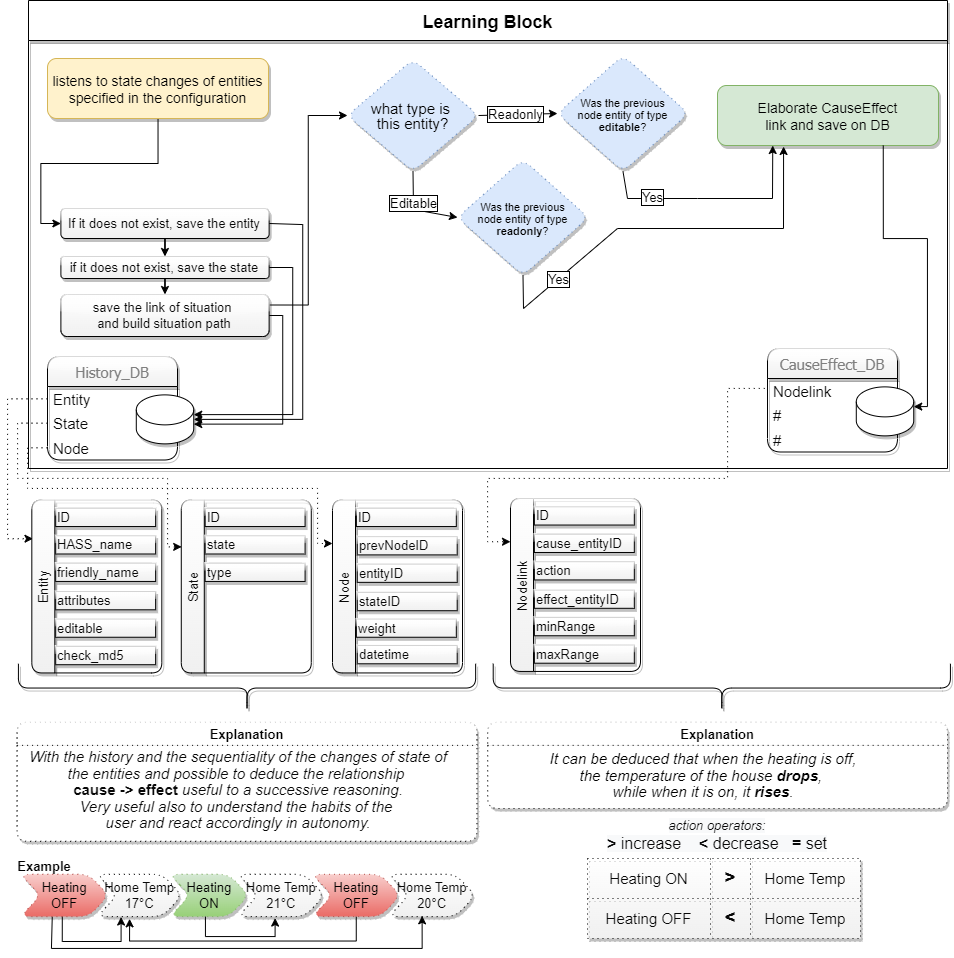
This is images/MyHomeSmart-concept-learningBlock_v2.drawio.png from dadaloop82/MyHomeSmart-HASS-AppDeamon, a draw.io export, as it was before one commit. Source tidied: cells renumbered, new cells last; positions are measured from the earlier drawing's top-left corner, leaving out a move shared by most shapes.
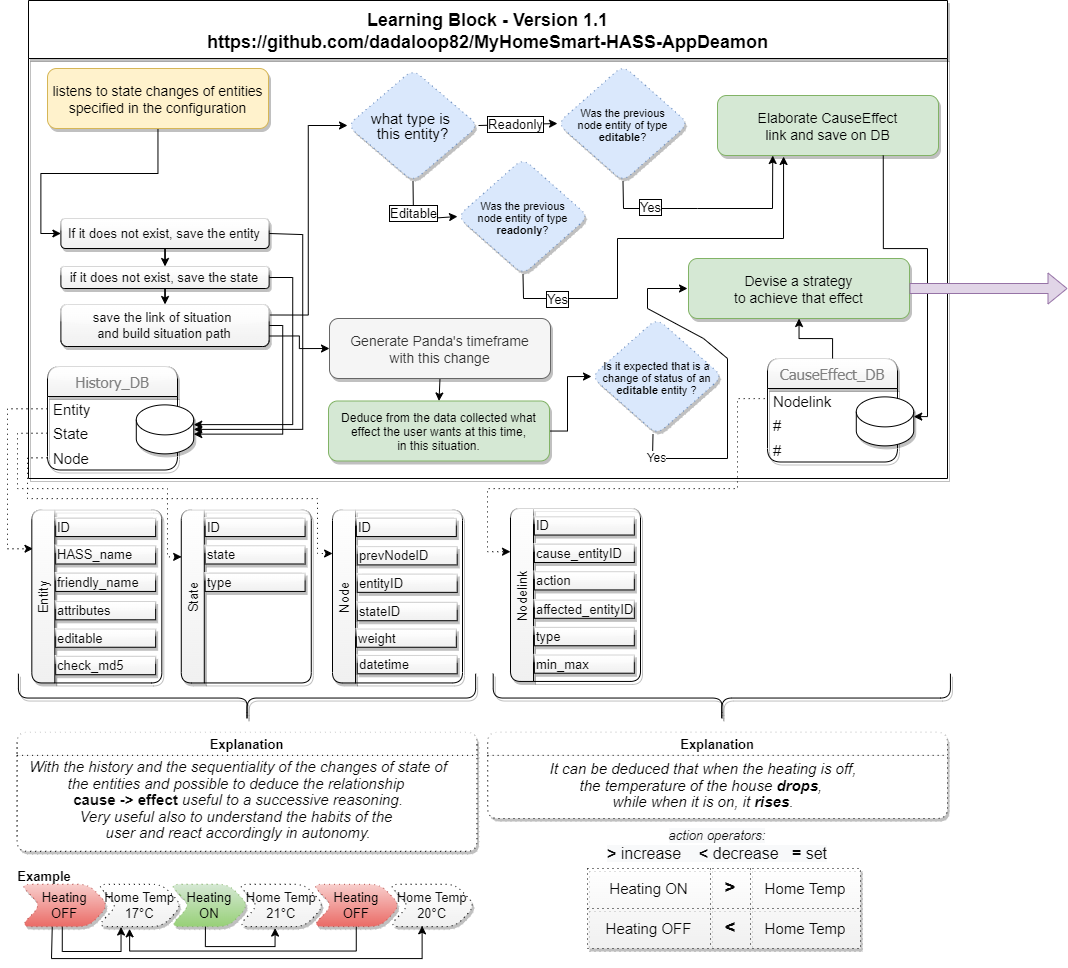
After the commit.

Diff of the diagram source:
```diff
@@ -2,17 +2,17 @@
   <root>
     <mxCell id="0" />
     <mxCell id="1" parent="0" />
-    <mxCell id="2" value="Learning Block" style="swimlane;shadow=1;fontSize=18;gradientColor=none;labelBackgroundColor=none;startSize=40;" parent="1" vertex="1">
-      <mxGeometry x="21" width="919" height="468" as="geometry" />
+    <mxCell id="2" value="Learning Block - Version 1.1&#10;https://github.com/dadaloop82/MyHomeSmart-HASS-AppDeamon" style="swimlane;shadow=1;fontSize=18;gradientColor=none;labelBackgroundColor=none;startSize=58;" parent="1" vertex="1">
+      <mxGeometry x="21" y="-10" width="919" height="478" as="geometry" />
     </mxCell>
     <mxCell id="3" style="edgeStyle=orthogonalEdgeStyle;rounded=0;jettySize=auto;html=1;entryX=0;entryY=0.5;entryDx=0;entryDy=0;fontFamily=Helvetica;fontSize=13;fontColor=#080808;" parent="2" edge="1" source="4" target="13">
       <mxGeometry relative="1" as="geometry" />
     </mxCell>
     <mxCell id="4" value="listens to state changes of entities &#10;specified in the configuration" style="rounded=1;fillColor=#fff2cc;strokeColor=#d6b656;shadow=1;fontStyle=0;fontSize=14;" parent="2" vertex="1">
-      <mxGeometry x="19" y="58" width="221" height="60" as="geometry" />
+      <mxGeometry x="19" y="68" width="221" height="60" as="geometry" />
     </mxCell>
     <mxCell id="5" style="group;fillColor=default;" parent="2" vertex="1">
-      <mxGeometry x="19" y="356" width="146.2" height="103.5" as="geometry" />
+      <mxGeometry x="19" y="366" width="146.2" height="103.5" as="geometry" />
     </mxCell>
     <mxCell id="6" value="History_DB" style="swimlane;fontStyle=0;horizontal=1;startSize=30;rounded=1;shadow=1;glass=1;labelBackgroundColor=none;sketch=0;fontFamily=Tahoma;fontSize=15;fontColor=#808080;gradientColor=#F0F0F0;" parent="5" vertex="1">
       <mxGeometry width="130" height="103.5" as="geometry" />
@@ -32,9 +32,9 @@
     <mxCell id="11" style="edgeStyle=orthogonalEdgeStyle;rounded=0;jettySize=auto;html=1;entryX=1;entryY=0.5;entryDx=0;entryDy=0;entryPerimeter=0;fontFamily=Helvetica;fontSize=13;fontColor=#080808;exitX=1;exitY=0.5;exitDx=0;exitDy=0;" parent="2" edge="1" source="13" target="10">
       <mxGeometry relative="1" as="geometry">
         <Array as="points">
-          <mxPoint x="240.2" y="224" />
-          <mxPoint x="274.2" y="224" />
-          <mxPoint x="274.2" y="419" />
+          <mxPoint x="240.2" y="234" />
+          <mxPoint x="274.2" y="234" />
+          <mxPoint x="274.2" y="429" />
         </Array>
       </mxGeometry>
     </mxCell>
@@ -42,13 +42,13 @@
       <mxGeometry relative="1" as="geometry" />
     </mxCell>
     <mxCell id="13" value="&lt;p style=&quot;line-height: 0.6&quot;&gt;&lt;font style=&quot;line-height: 0.6&quot;&gt;&lt;span style=&quot;font-size: 13px&quot;&gt;If it does not exist, save the entity&lt;/span&gt;&lt;/font&gt;&lt;br&gt;&lt;/p&gt;" style="rounded=1;whiteSpace=wrap;html=1;shadow=1;glass=1;labelBackgroundColor=none;sketch=0;fontFamily=Helvetica;fontSize=17;fontColor=#080808;fillColor=default;gradientColor=#F0F0F0;" parent="2" vertex="1">
-      <mxGeometry x="32.4" y="208" width="208.2" height="30" as="geometry" />
+      <mxGeometry x="32.4" y="218" width="208.2" height="30" as="geometry" />
     </mxCell>
     <mxCell id="14" style="edgeStyle=orthogonalEdgeStyle;rounded=0;jettySize=auto;html=1;entryX=1;entryY=0;entryDx=0;entryDy=19.75;entryPerimeter=0;fontFamily=Helvetica;fontSize=13;fontColor=#080808;exitX=1;exitY=0.5;exitDx=0;exitDy=0;" parent="2" edge="1" source="16" target="10">
       <mxGeometry relative="1" as="geometry">
         <Array as="points">
-          <mxPoint x="264.2" y="267" />
-          <mxPoint x="264.2" y="414" />
+          <mxPoint x="264.2" y="277" />
+          <mxPoint x="264.2" y="424" />
         </Array>
       </mxGeometry>
     </mxCell>
@@ -56,24 +56,27 @@
       <mxGeometry relative="1" as="geometry" />
     </mxCell>
     <mxCell id="16" value="&lt;font style=&quot;font-size: 13px&quot;&gt;if it does not exist, save the state&lt;/font&gt;" style="rounded=1;whiteSpace=wrap;html=1;shadow=1;glass=1;labelBackgroundColor=none;sketch=0;fontFamily=Helvetica;fontSize=17;fontColor=#080808;fillColor=default;gradientColor=#F0F0F0;" parent="2" vertex="1">
-      <mxGeometry x="32.4" y="256" width="208.2" height="22" as="geometry" />
+      <mxGeometry x="32.4" y="266" width="208.2" height="22" as="geometry" />
     </mxCell>
     <mxCell id="17" style="edgeStyle=orthogonalEdgeStyle;rounded=0;jettySize=auto;html=1;entryX=1;entryY=0;entryDx=0;entryDy=29.25;entryPerimeter=0;fontFamily=Helvetica;fontSize=8;fontColor=#080808;exitX=1;exitY=0.5;exitDx=0;exitDy=0;" parent="2" edge="1" source="19" target="10">
       <mxGeometry relative="1" as="geometry">
         <Array as="points">
-          <mxPoint x="254.2" y="315" />
-          <mxPoint x="254.2" y="424" />
+          <mxPoint x="254.2" y="325" />
+          <mxPoint x="254.2" y="434" />
         </Array>
       </mxGeometry>
     </mxCell>
     <mxCell id="18" style="edgeStyle=orthogonalEdgeStyle;rounded=0;jettySize=auto;html=1;exitX=1;exitY=0.25;exitDx=0;exitDy=0;entryX=0;entryY=0.5;entryDx=0;entryDy=0;fontFamily=Helvetica;fontSize=15;fontColor=#080808;" parent="2" edge="1" source="19" target="26">
       <mxGeometry relative="1" as="geometry" />
     </mxCell>
+    <mxCell id="95" style="edgeStyle=orthogonalEdgeStyle;rounded=0;jettySize=auto;html=1;exitX=1;exitY=0.75;exitDx=0;exitDy=0;entryX=0;entryY=0.5;entryDx=0;entryDy=0;fontSize=13;" parent="2" edge="1" source="19" target="97">
+      <mxGeometry relative="1" as="geometry" />
+    </mxCell>
     <mxCell id="19" value="&lt;p style=&quot;line-height: 0.6&quot;&gt;&lt;span style=&quot;font-size: 13px ; line-height: 1.2&quot;&gt;save the link of situation &lt;br&gt;and build situation path&lt;/span&gt;&lt;span style=&quot;font-size: 13px&quot;&gt;&lt;br&gt;&lt;/span&gt;&lt;/p&gt;" style="rounded=1;whiteSpace=wrap;html=1;shadow=1;glass=1;labelBackgroundColor=none;sketch=0;fontFamily=Helvetica;fontSize=17;fontColor=#080808;fillColor=default;gradientColor=#F0F0F0;" parent="2" vertex="1">
-      <mxGeometry x="32.4" y="294" width="208.2" height="42" as="geometry" />
+      <mxGeometry x="32.4" y="304" width="208.2" height="42" as="geometry" />
     </mxCell>
     <mxCell id="20" style="group;fillColor=default;" parent="2" vertex="1">
-      <mxGeometry x="739" y="348" width="146.2" height="103.5" as="geometry" />
+      <mxGeometry x="739" y="358" width="146.2" height="103.5" as="geometry" />
     </mxCell>
     <mxCell id="21" value="CauseEffect_DB" style="swimlane;fontStyle=0;horizontal=1;startSize=30;rounded=1;shadow=1;glass=1;labelBackgroundColor=none;sketch=0;fontFamily=Tahoma;fontSize=15;fontColor=#808080;gradientColor=#F0F0F0;" parent="20" vertex="1">
       <mxGeometry width="130" height="103.5" as="geometry" />
@@ -91,10 +94,10 @@
       <mxGeometry x="88.8" y="38.4" width="57.4" height="49" as="geometry" />
     </mxCell>
     <mxCell id="26" value="&lt;p style=&quot;line-height: 1&quot;&gt;what type is &lt;br&gt;this entity?&lt;/p&gt;" style="rhombus;whiteSpace=wrap;html=1;rounded=1;shadow=1;glass=1;dashed=1;dashPattern=1 4;labelBackgroundColor=none;sketch=0;fontFamily=Helvetica;fontSize=15;fillColor=#dae8fc;strokeColor=#6c8ebf;" parent="2" vertex="1">
-      <mxGeometry x="319" y="59" width="131" height="112" as="geometry" />
+      <mxGeometry x="319" y="69" width="131" height="112" as="geometry" />
     </mxCell>
     <mxCell id="27" value="&lt;p style=&quot;line-height: 0.8&quot;&gt;&lt;font style=&quot;font-size: 11px ; line-height: 0.8&quot;&gt;Was the previous&lt;br&gt; &lt;/font&gt;&lt;font style=&quot;font-size: 11px ; line-height: 0.8&quot;&gt;node entity of type&lt;br&gt; &lt;/font&gt;&lt;font style=&quot;font-size: 11px ; line-height: 0.8&quot;&gt;&lt;b&gt;editable&lt;/b&gt;?&lt;/font&gt;&lt;/p&gt;" style="rhombus;whiteSpace=wrap;html=1;rounded=1;shadow=1;glass=1;dashed=1;dashPattern=1 4;labelBackgroundColor=none;sketch=0;fontFamily=Helvetica;fontSize=15;fillColor=#dae8fc;strokeColor=#6c8ebf;" parent="2" vertex="1">
-      <mxGeometry x="529" y="55" width="131" height="116" as="geometry" />
+      <mxGeometry x="529" y="65" width="131" height="116" as="geometry" />
     </mxCell>
     <mxCell id="28" style="endArrow=classic;html=1;rounded=0;exitX=1;exitY=0.5;exitDx=0;exitDy=0;entryX=0;entryY=0.5;entryDx=0;entryDy=0;" parent="2" edge="1" source="26" target="27">
       <mxGeometry relative="1" as="geometry" />
@@ -105,12 +108,12 @@
       </mxGeometry>
     </mxCell>
     <mxCell id="30" value="&lt;p style=&quot;line-height: 0.8&quot;&gt;&lt;font style=&quot;font-size: 11px ; line-height: 0.8&quot;&gt;Was the previous&lt;br&gt; &lt;/font&gt;&lt;font style=&quot;font-size: 11px ; line-height: 0.8&quot;&gt;node entity of type&lt;br&gt; &lt;/font&gt;&lt;font style=&quot;font-size: 11px ; line-height: 0.8&quot;&gt;&lt;b&gt;readonly&lt;/b&gt;?&lt;/font&gt;&lt;/p&gt;" style="rhombus;whiteSpace=wrap;html=1;rounded=1;shadow=1;glass=1;dashed=1;dashPattern=1 4;labelBackgroundColor=none;sketch=0;fontFamily=Helvetica;fontSize=15;fillColor=#dae8fc;strokeColor=#6c8ebf;" parent="2" vertex="1">
-      <mxGeometry x="429" y="159" width="131" height="116" as="geometry" />
+      <mxGeometry x="429" y="158" width="131" height="116" as="geometry" />
     </mxCell>
     <mxCell id="31" style="endArrow=classic;html=1;rounded=0;exitX=0.5;exitY=1;exitDx=0;exitDy=0;entryX=0;entryY=0.5;entryDx=0;entryDy=0;" parent="2" edge="1" source="26" target="30">
       <mxGeometry relative="1" as="geometry">
         <Array as="points">
-          <mxPoint x="385" y="209" />
+          <mxPoint x="385" y="219" />
         </Array>
       </mxGeometry>
     </mxCell>
@@ -122,9 +125,9 @@
     <mxCell id="33" style="endArrow=classic;html=1;rounded=0;exitX=0.5;exitY=1;exitDx=0;exitDy=0;entryX=0.25;entryY=1;entryDx=0;entryDy=0;" parent="2" edge="1" source="27" target="35">
       <mxGeometry relative="1" as="geometry">
         <Array as="points">
-          <mxPoint x="599" y="198" />
-          <mxPoint x="669" y="198" />
-          <mxPoint x="744" y="198" />
+          <mxPoint x="595" y="208" />
+          <mxPoint x="669" y="208" />
+          <mxPoint x="744" y="208" />
         </Array>
       </mxGeometry>
     </mxCell>
@@ -134,31 +137,58 @@
       </mxGeometry>
     </mxCell>
     <mxCell id="35" value="Elaborate CauseEffect &#10;link and save on DB" style="rounded=1;fillColor=#d5e8d4;strokeColor=#82b366;shadow=1;fontStyle=0;fontSize=14;" parent="2" vertex="1">
-      <mxGeometry x="689" y="85" width="221" height="60" as="geometry" />
+      <mxGeometry x="689" y="95" width="221" height="60" as="geometry" />
     </mxCell>
     <mxCell id="36" style="endArrow=classic;html=1;rounded=0;exitX=0.5;exitY=1;exitDx=0;exitDy=0;entryX=0.299;entryY=1.017;entryDx=0;entryDy=0;entryPerimeter=0;" parent="2" edge="1" source="30" target="35">
       <mxGeometry relative="1" as="geometry">
         <Array as="points">
-          <mxPoint x="495" y="308" />
-          <mxPoint x="589" y="228" />
-          <mxPoint x="755" y="228" />
+          <mxPoint x="495" y="298" />
+          <mxPoint x="589" y="298" />
+          <mxPoint x="589" y="238" />
+          <mxPoint x="755" y="238" />
         </Array>
       </mxGeometry>
     </mxCell>
     <mxCell id="37" value="&lt;font style=&quot;font-size: 13px&quot;&gt;Yes&lt;/font&gt;" style="edgeLabel;html=1;align=center;verticalAlign=middle;labelBorderColor=default;" parent="36" vertex="1">
       <mxGeometry relative="1" as="geometry">
-        <mxPoint x="-106" y="50" as="offset" />
+        <mxPoint x="-95" y="60" as="offset" />
       </mxGeometry>
     </mxCell>
     <mxCell id="38" style="edgeStyle=orthogonalEdgeStyle;rounded=0;jettySize=auto;html=1;entryX=1;entryY=0;entryDx=0;entryDy=19.75;entryPerimeter=0;fontFamily=Helvetica;fontSize=13;fontColor=#080808;exitX=0.75;exitY=1;exitDx=0;exitDy=0;" parent="2" edge="1" source="35" target="25">
       <mxGeometry relative="1" as="geometry">
         <Array as="points">
-          <mxPoint x="855" y="238" />
-          <mxPoint x="899" y="238" />
-          <mxPoint x="899" y="406" />
+          <mxPoint x="855" y="248" />
+          <mxPoint x="899" y="248" />
+          <mxPoint x="899" y="416" />
         </Array>
       </mxGeometry>
     </mxCell>
+    <mxCell id="96" style="edgeStyle=orthogonalEdgeStyle;rounded=0;jettySize=auto;html=1;exitX=0.5;exitY=1;exitDx=0;exitDy=0;entryX=0.5;entryY=0;entryDx=0;entryDy=0;fontSize=13;" parent="2" edge="1" source="97" target="99">
+      <mxGeometry relative="1" as="geometry" />
+    </mxCell>
+    <mxCell id="97" value="Generate Panda's timeframe &#10;with this change" style="rounded=1;fillColor=#f5f5f5;strokeColor=#666666;shadow=1;fontStyle=0;fontSize=14;fontColor=#333333;" parent="2" vertex="1">
+      <mxGeometry x="301" y="318" width="221" height="60" as="geometry" />
+    </mxCell>
+    <mxCell id="98" style="edgeStyle=orthogonalEdgeStyle;rounded=0;jettySize=auto;html=1;entryX=0;entryY=0.5;entryDx=0;entryDy=0;fontSize=12;" parent="2" edge="1" source="99" target="100">
+      <mxGeometry relative="1" as="geometry">
+        <Array as="points">
+          <mxPoint x="539" y="431" />
+          <mxPoint x="539" y="376" />
+        </Array>
+      </mxGeometry>
+    </mxCell>
+    <mxCell id="99" value="Deduce from the data collected what &#10;effect the user wants at this time, &#10;in this situation." style="rounded=1;fillColor=#d5e8d4;strokeColor=#82b366;shadow=1;fontStyle=0;fontSize=12;" parent="2" vertex="1">
+      <mxGeometry x="300" y="400.5" width="221" height="60" as="geometry" />
+    </mxCell>
+    <mxCell id="100" value="&lt;p style=&quot;line-height: 0.8&quot;&gt;&lt;span style=&quot;font-size: 11px&quot;&gt;Is it expected that is a change of status of an &lt;b&gt;editable &lt;/b&gt;entity ?&lt;/span&gt;&lt;br&gt;&lt;/p&gt;" style="rhombus;whiteSpace=wrap;html=1;rounded=1;shadow=1;glass=1;dashed=1;dashPattern=1 4;labelBackgroundColor=none;sketch=0;fontFamily=Helvetica;fontSize=15;fillColor=#dae8fc;strokeColor=#6c8ebf;" parent="2" vertex="1">
+      <mxGeometry x="563" y="318" width="131" height="116" as="geometry" />
+    </mxCell>
+    <mxCell id="101" value="Devise a strategy &#10;to achieve that effect" style="rounded=1;fillColor=#d5e8d4;strokeColor=#82b366;shadow=1;fontStyle=0;fontSize=14;" parent="2" vertex="1">
+      <mxGeometry x="660" y="258" width="221" height="60" as="geometry" />
+    </mxCell>
+    <mxCell id="102" style="edgeStyle=orthogonalEdgeStyle;rounded=0;jettySize=auto;html=1;fontSize=12;" parent="2" edge="1" source="21" target="101">
+      <mxGeometry relative="1" as="geometry" />
+    </mxCell>
     <mxCell id="39" style="edgeStyle=orthogonalEdgeStyle;rounded=0;jettySize=auto;html=1;fontFamily=Helvetica;fontSize=13;fontColor=#080808;dashed=1;dashPattern=1 4;entryX=0.009;entryY=0.224;entryDx=0;entryDy=0;entryPerimeter=0;" parent="1" edge="1" source="7" target="50">
       <mxGeometry relative="1" as="geometry">
         <Array as="points">
@@ -200,21 +230,21 @@
     <mxCell id="45" value="action" style="rounded=0;whiteSpace=wrap;html=1;shadow=1;glass=1;labelBackgroundColor=none;sketch=0;fontFamily=Helvetica;fontSize=13;fontColor=#080808;fillColor=default;gradientColor=#F0F0F0;align=left;" parent="42" vertex="1">
       <mxGeometry x="23.9" y="63.1" width="99.9" height="18.3" as="geometry" />
     </mxCell>
-    <mxCell id="46" value="effect_entityID" style="rounded=0;whiteSpace=wrap;html=1;shadow=1;glass=1;labelBackgroundColor=none;sketch=0;fontFamily=Helvetica;fontSize=13;fontColor=#080808;fillColor=default;gradientColor=#F0F0F0;align=left;" parent="42" vertex="1">
+    <mxCell id="46" value="affected_entityID" style="rounded=0;whiteSpace=wrap;html=1;shadow=1;glass=1;labelBackgroundColor=none;sketch=0;fontFamily=Helvetica;fontSize=13;fontColor=#080808;fillColor=default;gradientColor=#F0F0F0;align=left;" parent="42" vertex="1">
       <mxGeometry x="23.9" y="91.5" width="99.9" height="18.3" as="geometry" />
     </mxCell>
-    <mxCell id="47" value="minRange" style="rounded=0;whiteSpace=wrap;html=1;shadow=1;glass=1;labelBackgroundColor=none;sketch=0;fontFamily=Helvetica;fontSize=13;fontColor=#080808;fillColor=default;gradientColor=#F0F0F0;align=left;" parent="42" vertex="1">
+    <mxCell id="47" value="type" style="rounded=0;whiteSpace=wrap;html=1;shadow=1;glass=1;labelBackgroundColor=none;sketch=0;fontFamily=Helvetica;fontSize=13;fontColor=#080808;fillColor=default;gradientColor=#F0F0F0;align=left;" parent="42" vertex="1">
       <mxGeometry x="23.9" y="119" width="99.9" height="18.3" as="geometry" />
     </mxCell>
-    <mxCell id="48" value="maxRange" style="rounded=0;whiteSpace=wrap;html=1;shadow=1;glass=1;labelBackgroundColor=none;sketch=0;fontFamily=Helvetica;fontSize=13;fontColor=#080808;fillColor=default;gradientColor=#F0F0F0;align=left;" parent="42" vertex="1">
+    <mxCell id="48" value="min_max" style="rounded=0;whiteSpace=wrap;html=1;shadow=1;glass=1;labelBackgroundColor=none;sketch=0;fontFamily=Helvetica;fontSize=13;fontColor=#080808;fillColor=default;gradientColor=#F0F0F0;align=left;" parent="42" vertex="1">
       <mxGeometry x="23.9" y="146.4" width="99.9" height="18.3" as="geometry" />
     </mxCell>
     <mxCell id="49" style="edgeStyle=orthogonalEdgeStyle;rounded=0;jettySize=auto;html=1;fontFamily=Helvetica;fontSize=13;fontColor=#080808;dashed=1;dashPattern=1 4;entryX=0;entryY=0.25;entryDx=0;entryDy=0;exitX=0;exitY=0.5;exitDx=0;exitDy=0;" parent="1" edge="1" source="22" target="42">
       <mxGeometry relative="1" as="geometry">
         <Array as="points">
           <mxPoint x="760" y="388" />
-          <mxPoint x="720" y="388" />
-          <mxPoint x="720" y="478" />
+          <mxPoint x="730" y="388" />
+          <mxPoint x="730" y="478" />
           <mxPoint x="480" y="478" />
           <mxPoint x="480" y="541" />
         </Array>
@@ -375,5 +405,27 @@
     <mxCell id="94" value="&lt;font style=&quot;line-height: 1 ; font-size: 15px&quot;&gt;&lt;i&gt;&lt;span style=&quot;color: rgb(0 , 0 , 0)&quot;&gt;It can be deduced that when the heating is off,&lt;/span&gt;&lt;br style=&quot;color: rgb(0 , 0 , 0)&quot;&gt;&lt;span style=&quot;color: rgb(0 , 0 , 0)&quot;&gt;the temperature of the house&amp;nbsp;&lt;/span&gt;&lt;b style=&quot;color: rgb(0 , 0 , 0)&quot;&gt;drops&lt;/b&gt;&lt;span style=&quot;color: rgb(0 , 0 , 0)&quot;&gt;, &lt;br&gt;while when it is on, it&amp;nbsp;&lt;/span&gt;&lt;b style=&quot;color: rgb(0 , 0 , 0)&quot;&gt;rises&lt;/b&gt;&lt;span style=&quot;color: rgb(0 , 0 , 0)&quot;&gt;.&lt;/span&gt;&lt;br&gt;&lt;/i&gt;&lt;div&gt;&lt;i&gt;&lt;br&gt;&lt;br&gt;&lt;/i&gt;&lt;/div&gt;&lt;div style=&quot;font-style: italic&quot;&gt;&lt;br&gt;&lt;/div&gt;&lt;/font&gt;" style="text;html=1;strokeColor=none;fillColor=none;align=center;verticalAlign=middle;whiteSpace=wrap;rounded=0;shadow=1;glass=1;labelBackgroundColor=none;sketch=0;fontFamily=Helvetica;fontSize=13;fontColor=#080808;" parent="1" vertex="1">
       <mxGeometry x="480.1" y="784.8" width="432.4" height="26" as="geometry" />
     </mxCell>
+    <mxCell id="103" style="endArrow=classic;html=1;rounded=0;exitX=0.5;exitY=1;exitDx=0;exitDy=0;" parent="1" edge="1">
+      <mxGeometry relative="1" as="geometry">
+        <mxPoint x="645.5" y="424" as="sourcePoint" />
+        <mxPoint x="680" y="278" as="targetPoint" />
+        <Array as="points">
+          <mxPoint x="645" y="448" />
+          <mxPoint x="720" y="448" />
+          <mxPoint x="720" y="348" />
+          <mxPoint x="696" y="328" />
+          <mxPoint x="640" y="298" />
+          <mxPoint x="640" y="278" />
+        </Array>
+      </mxGeometry>
+    </mxCell>
+    <mxCell id="104" value="Yes" style="edgeLabel;html=1;align=center;verticalAlign=middle;fontSize=12;" parent="103" vertex="1">
+      <mxGeometry x="-0.84" y="1" relative="1" as="geometry" />
+    </mxCell>
+    <mxCell id="105" style="shape=flexArrow;endArrow=classic;html=1;rounded=0;fontSize=12;exitX=1;exitY=0.5;exitDx=0;exitDy=0;fillColor=#e1d5e7;strokeColor=#9673a6;" parent="1" edge="1" source="101">
+      <mxGeometry relative="1" as="geometry">
+        <mxPoint x="1060" y="278" as="targetPoint" />
+      </mxGeometry>
+    </mxCell>
   </root>
 </mxGraphModel>
```
